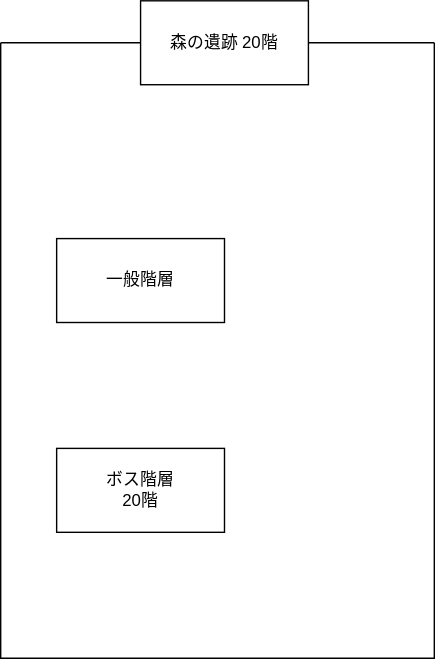
The draw.io diagram docs/images/20231203level.drawio.svg in kijimaD/ruins, before a commit. Source tidied: cells renumbered, new cells last; positions are measured from the earlier drawing's top-left corner, leaving out a move shared by most shapes.
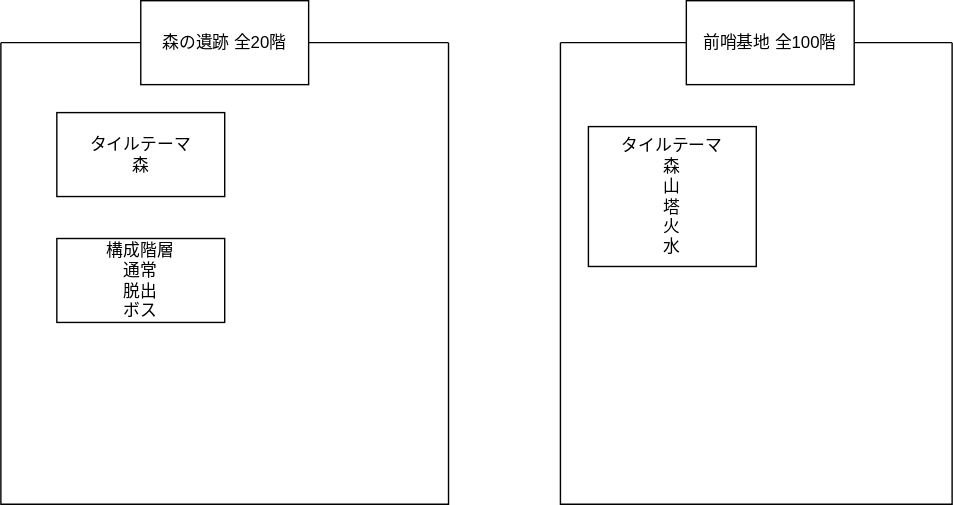
After the change.

What changed in the source:
```diff
@@ -3,16 +3,25 @@
     <mxCell id="0" />
     <mxCell id="1" parent="0" />
     <mxCell id="2" style="swimlane;startSize=0;" parent="1" vertex="1">
-      <mxGeometry y="30" width="310" height="440" as="geometry" />
+      <mxGeometry y="30" width="320" height="330" as="geometry" />
     </mxCell>
-    <mxCell id="3" value="一般階層" style="whiteSpace=wrap;html=1;" parent="2" vertex="1">
+    <mxCell id="3" value="構成階層&lt;br&gt;通常&lt;br&gt;脱出&lt;br&gt;ボス" style="whiteSpace=wrap;html=1;" parent="2" vertex="1">
       <mxGeometry x="40" y="140" width="120" height="60" as="geometry" />
     </mxCell>
-    <mxCell id="4" value="&amp;nbsp;ボス階層&lt;br&gt;20階" style="whiteSpace=wrap;html=1;" parent="2" vertex="1">
-      <mxGeometry x="40" y="290" width="120" height="60" as="geometry" />
-    </mxCell>
+    <mxCell id="6" value="タイルテーマ&lt;br&gt;森" style="whiteSpace=wrap;html=1;" parent="2" vertex="1">
+      <mxGeometry x="40" y="50" width="120" height="60" as="geometry" />
+    </mxCell>
-    <mxCell id="5" value="森の遺跡 20階" style="whiteSpace=wrap;html=1;" parent="1" vertex="1">
+    <mxCell id="5" value="森の遺跡 全20階" style="whiteSpace=wrap;html=1;" parent="1" vertex="1">
       <mxGeometry x="100" width="120" height="60" as="geometry" />
     </mxCell>
+    <mxCell id="7" style="swimlane;startSize=0;" parent="1" vertex="1">
+      <mxGeometry x="400" y="30" width="280" height="330" as="geometry" />
+    </mxCell>
+    <mxCell id="8" value="前哨基地 全100階" style="whiteSpace=wrap;html=1;" parent="7" vertex="1">
+      <mxGeometry x="90" y="-30" width="120" height="60" as="geometry" />
+    </mxCell>
+    <mxCell id="9" value="タイルテーマ&amp;nbsp;&lt;br&gt;森&lt;br&gt;山&lt;br&gt;塔&lt;br&gt;火&lt;br&gt;水" style="whiteSpace=wrap;html=1;" parent="7" vertex="1">
+      <mxGeometry x="20" y="60" width="120" height="100" as="geometry" />
+    </mxCell>
   </root>
 </mxGraphModel>
```
